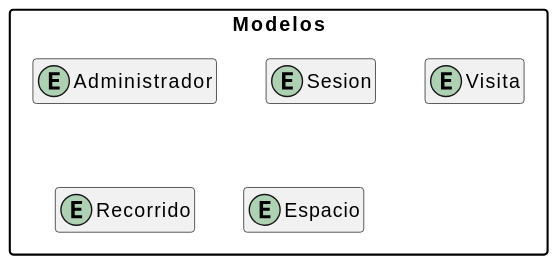
The PlantUML diagram images/01-análisis/MVC/modelos.svg in mmasias/25-26-idsw2-sdVC, before a commit. Source of this version:
```plantuml
@startuml
hide empty members
skinparam linetype ortho
skinparam packageStyle rectangle
skinparam shadowing false
skinparam roundCorner 5

package "Modelos"{

    entity "Administrador"
    entity "Sesion"
    entity "Visita"
    entity "Recorrido"
    entity "Espacio"
@enduml
```
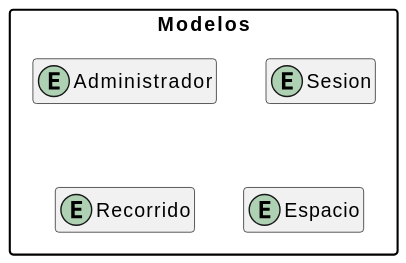
The same diagram one commit later.

The edit, as a diff of the source:
```diff
@@ -9,7 +9,6 @@
 
     entity "Administrador"
     entity "Sesion"
-    entity "Visita"
     entity "Recorrido"
     entity "Espacio"
 @enduml
```
